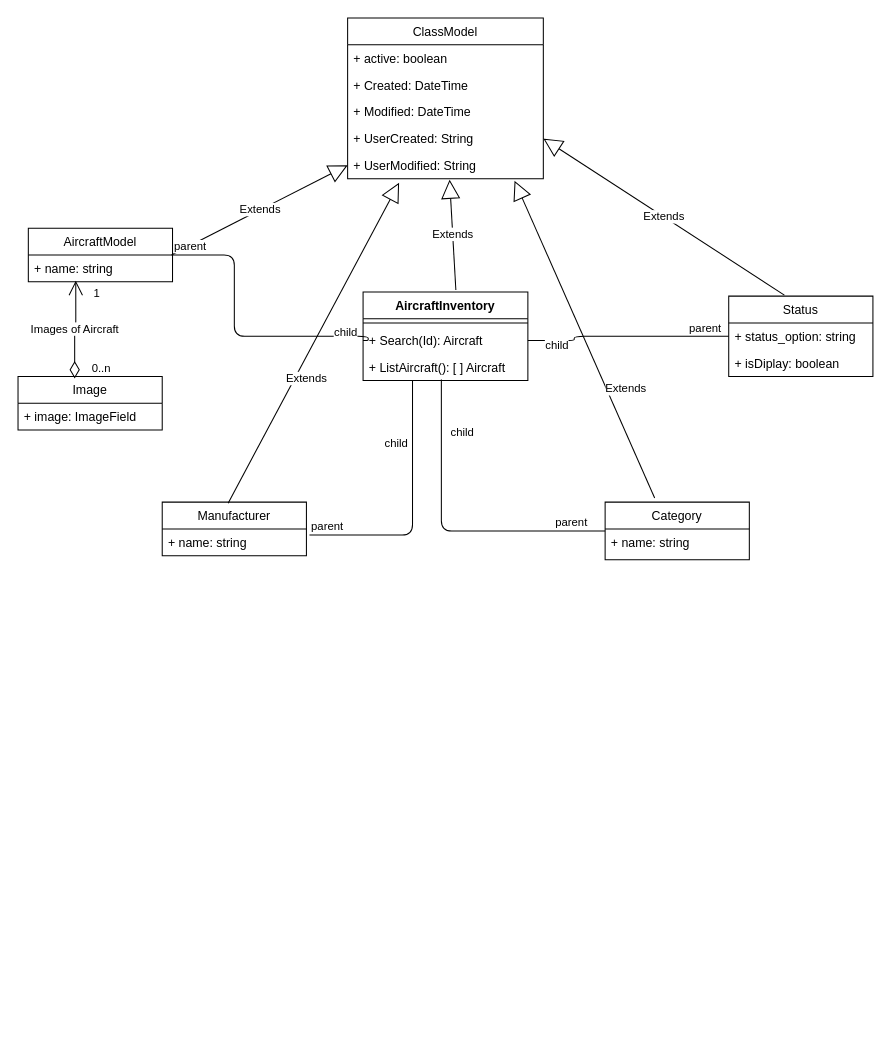
Before: page "Clases" (1 of 4) of aircraft.drawio in giova-fonseca/giova-fonseca, a draw.io diagram. Source tidied: cells renumbered, new cells numbered last; positions are measured from the earlier drawing's top-left corner, leaving out a move shared by most shapes. Both pictures are drawn from the tidied source at 103%, with x=0, y=0 at pixel (18, 18).
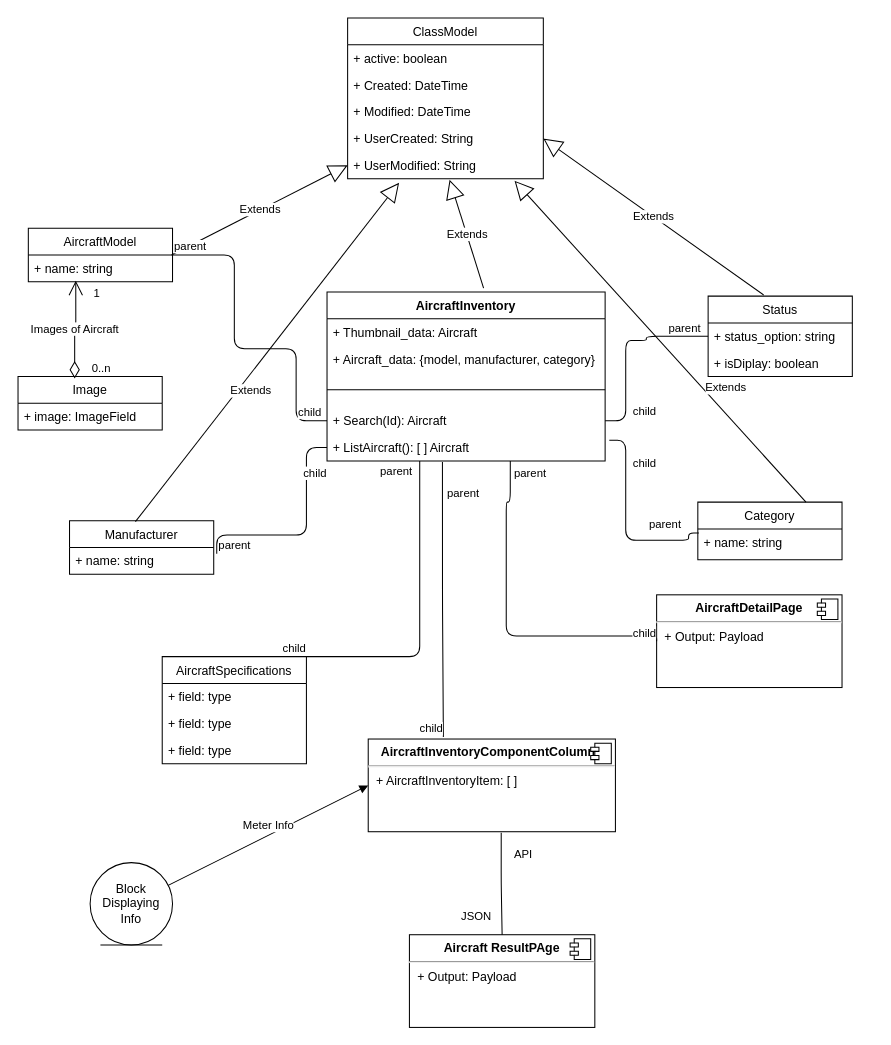
Above is the later version.

Unchanged cells that the change refers to:
```xml
<mxCell id="5" value="+ name: string" style="text;strokeColor=none;fillColor=none;align=left;verticalAlign=top;spacingLeft=4;spacingRight=4;overflow=hidden;points=[[0,0.5],[1,0.5]];portConstraint=eastwest;" parent="4" vertex="1">
  <mxGeometry y="26" width="140" height="26" as="geometry" />
</mxCell>
<mxCell id="7" value="+ status_option: string" style="text;strokeColor=none;fillColor=none;align=left;verticalAlign=top;spacingLeft=4;spacingRight=4;overflow=hidden;points=[[0,0.5],[1,0.5]];portConstraint=eastwest;" parent="6" vertex="1">
  <mxGeometry y="26" width="140" height="26" as="geometry" />
</mxCell>
<mxCell id="19" value="+ UserModified: String" style="text;strokeColor=none;fillColor=none;align=left;verticalAlign=top;spacingLeft=4;spacingRight=4;overflow=hidden;points=[[0,0.5],[1,0.5]];portConstraint=eastwest;" parent="14" vertex="1">
  <mxGeometry y="130" width="190" height="26" as="geometry" />
</mxCell>
<mxCell id="32" value="+ name: string" style="text;strokeColor=none;fillColor=none;align=left;verticalAlign=top;spacingLeft=4;spacingRight=4;overflow=hidden;points=[[0,0.5],[1,0.5]];portConstraint=eastwest;" parent="31" vertex="1">
  <mxGeometry y="26" width="140" height="30" as="geometry" />
</mxCell>
```

What changed in the source:
```diff
@@
     <mxCell id="4" value="Manufacturer" style="swimlane;fontStyle=0;horizontal=1;startSize=26;fillColor=none;" parent="1" vertex="1">
-      <mxGeometry x="140" y="470" width="140" height="52" as="geometry" />
+      <mxGeometry x="50" y="488" width="140" height="52" as="geometry" />
     </mxCell>
@@
     <mxCell id="6" value="Status" style="swimlane;fontStyle=0;horizontal=1;startSize=26;fillColor=none;" parent="1" vertex="1">
-      <mxGeometry x="690" y="270" width="140" height="78" as="geometry" />
+      <mxGeometry x="670" y="270" width="140" height="78" as="geometry" />
     </mxCell>
@@
-    <mxCell id="23" value="Extends" style="endArrow=block;endSize=16;endFill=0;html=1;entryX=0.853;entryY=1.077;entryDx=0;entryDy=0;entryPerimeter=0;" parent="1" edge="1" target="19">
-      <mxGeometry x="-0.36" y="-17" relative="1" as="geometry">
-        <mxPoint x="618.1" y="466" as="sourcePoint" />
-      </mxGeometry>
+    <mxCell id="23" value="Extends" style="endArrow=block;endSize=16;endFill=0;html=1;entryX=0.853;entryY=1.077;entryDx=0;entryDy=0;entryPerimeter=0;exitX=0.75;exitY=0;exitDx=0;exitDy=0;" parent="1" edge="1" source="31" target="19">
+      <mxGeometry x="-0.36" y="-17" relative="1" as="geometry" />
     </mxCell>
@@
     <mxCell id="25" style="endArrow=none;html=1;edgeStyle=orthogonalEdgeStyle;entryX=0;entryY=0.5;entryDx=0;entryDy=0;" parent="1" edge="1" target="41">
       <mxGeometry relative="1" as="geometry">
         <mxPoint x="150" y="230" as="sourcePoint" />
         <Array as="points">
           <mxPoint x="210" y="230" />
-          <mxPoint x="210" y="309" />
-          <mxPoint x="340" y="309" />
+          <mxPoint x="210" y="321" />
+          <mxPoint x="270" y="321" />
+          <mxPoint x="270" y="391" />
         </Array>
       </mxGeometry>
     </mxCell>
@@
-    <mxCell id="28" style="endArrow=none;html=1;edgeStyle=orthogonalEdgeStyle;exitX=1.021;exitY=0.231;exitDx=0;exitDy=0;exitPerimeter=0;entryX=0.3;entryY=1;entryDx=0;entryDy=0;entryPerimeter=0;" parent="1" edge="1" source="5" target="42">
-      <mxGeometry relative="1" as="geometry" />
+    <mxCell id="28" style="endArrow=none;html=1;edgeStyle=orthogonalEdgeStyle;exitX=1.021;exitY=0.231;exitDx=0;exitDy=0;exitPerimeter=0;entryX=0;entryY=0.5;entryDx=0;entryDy=0;" parent="1" edge="1" source="5" target="42">
+      <mxGeometry relative="1" as="geometry">
+        <Array as="points">
+          <mxPoint x="193" y="502" />
+          <mxPoint x="280" y="502" />
+          <mxPoint x="280" y="417" />
+        </Array>
+      </mxGeometry>
     </mxCell>
@@
     <mxCell id="30" value="child" style="edgeLabel;html=1;align=right;verticalAlign=bottom;" parent="28" vertex="1">
       <mxGeometry x="1" relative="1" as="geometry">
-        <mxPoint x="-4" y="68.9" as="offset" />
+        <mxPoint x="0.1" y="33" as="offset" />
       </mxGeometry>
     </mxCell>
     <mxCell id="31" value="Category" style="swimlane;fontStyle=0;horizontal=1;startSize=26;fillColor=none;" parent="1" vertex="1">
-      <mxGeometry x="570" y="470" width="140" height="56" as="geometry" />
+      <mxGeometry x="660" y="470" width="140" height="56" as="geometry" />
     </mxCell>
@@
-    <mxCell id="33" style="endArrow=none;html=1;edgeStyle=orthogonalEdgeStyle;exitX=0;exitY=0.5;exitDx=0;exitDy=0;entryX=0.475;entryY=0.962;entryDx=0;entryDy=0;entryPerimeter=0;" parent="1" edge="1" source="31" target="42">
-      <mxGeometry relative="1" as="geometry" />
+    <mxCell id="33" style="endArrow=none;html=1;edgeStyle=orthogonalEdgeStyle;entryX=1.015;entryY=0.231;entryDx=0;entryDy=0;entryPerimeter=0;exitX=0.007;exitY=0.133;exitDx=0;exitDy=0;exitPerimeter=0;" parent="1" edge="1" source="32" target="42">
+      <mxGeometry relative="1" as="geometry">
+        <Array as="points">
+          <mxPoint x="651" y="507" />
+          <mxPoint x="590" y="507" />
+          <mxPoint x="590" y="410" />
+        </Array>
+      </mxGeometry>
     </mxCell>
@@
     <mxCell id="35" value="child" style="edgeLabel;html=1;align=right;verticalAlign=bottom;" parent="33" vertex="1">
       <mxGeometry x="1" relative="1" as="geometry">
-        <mxPoint x="32" y="59" as="offset" />
+        <mxPoint x="46" y="30" as="offset" />
       </mxGeometry>
     </mxCell>
     <mxCell id="36" style="endArrow=none;html=1;edgeStyle=orthogonalEdgeStyle;exitX=0;exitY=0.5;exitDx=0;exitDy=0;entryX=1;entryY=0.5;entryDx=0;entryDy=0;" parent="1" edge="1" source="7" target="41">
       <mxGeometry relative="1" as="geometry">
         <Array as="points">
-          <mxPoint x="540" y="309" />
-          <mxPoint x="540" y="313" />
+          <mxPoint x="610" y="309" />
+          <mxPoint x="610" y="313" />
+          <mxPoint x="590" y="313" />
+          <mxPoint x="590" y="391" />
         </Array>
       </mxGeometry>
     </mxCell>
@@
     <mxCell id="38" value="child" style="edgeLabel;html=1;align=right;verticalAlign=bottom;" parent="36" vertex="1">
       <mxGeometry x="1" relative="1" as="geometry">
-        <mxPoint x="40" y="13" as="offset" />
+        <mxPoint x="50" y="-1" as="offset" />
       </mxGeometry>
     </mxCell>
     <mxCell id="39" value="AircraftInventory" style="swimlane;fontStyle=1;align=center;verticalAlign=top;horizontal=1;startSize=26;" parent="1" vertex="1">
-      <mxGeometry x="335" y="266" width="160" height="86" as="geometry" />
+      <mxGeometry x="300" y="266" width="270" height="164" as="geometry" />
     </mxCell>
+    <mxCell id="43" value="+ Thumbnail_data: Aircraft" style="text;strokeColor=none;fillColor=none;align=left;verticalAlign=top;spacingLeft=4;spacingRight=4;overflow=hidden;" parent="39" vertex="1">
+      <mxGeometry y="26" width="270" height="26" as="geometry" />
+    </mxCell>
+    <mxCell id="44" value="+ Aircraft_data: {model, manufacturer, category}" style="text;strokeColor=none;fillColor=none;align=left;verticalAlign=top;spacingLeft=4;spacingRight=4;overflow=hidden;" parent="39" vertex="1">
+      <mxGeometry y="52" width="270" height="26" as="geometry" />
+    </mxCell>
     <mxCell id="40" style="line;strokeWidth=1;fillColor=none;align=left;verticalAlign=middle;spacingTop=-1;spacingLeft=3;spacingRight=3;labelPosition=right;" parent="39" vertex="1">
-      <mxGeometry y="26" width="160" height="8" as="geometry" />
+      <mxGeometry y="78" width="270" height="34" as="geometry" />
     </mxCell>
     <mxCell id="41" value="+ Search(Id): Aircraft" style="text;strokeColor=none;fillColor=none;align=left;verticalAlign=top;spacingLeft=4;spacingRight=4;overflow=hidden;points=[[0,0.5],[1,0.5]];portConstraint=eastwest;" parent="39" vertex="1">
-      <mxGeometry y="34" width="160" height="26" as="geometry" />
+      <mxGeometry y="112" width="270" height="26" as="geometry" />
     </mxCell>
     <mxCell id="42" value="+ ListAircraft(): [ ] Aircraft" style="text;strokeColor=none;fillColor=none;align=left;verticalAlign=top;spacingLeft=4;spacingRight=4;overflow=hidden;points=[[0,0.5],[1,0.5]];portConstraint=eastwest;" parent="39" vertex="1">
-      <mxGeometry y="60" width="160" height="26" as="geometry" />
+      <mxGeometry y="138" width="270" height="26" as="geometry" />
     </mxCell>
+    <mxCell id="45" value="AircraftSpecifications" style="swimlane;fontStyle=0;horizontal=1;startSize=26;fillColor=none;" parent="1" vertex="1">
+      <mxGeometry x="140" y="620" width="140" height="104" as="geometry" />
+    </mxCell>
+    <mxCell id="46" value="+ field: type" style="text;strokeColor=none;fillColor=none;align=left;verticalAlign=top;spacingLeft=4;spacingRight=4;overflow=hidden;" parent="45" vertex="1">
+      <mxGeometry y="26" width="140" height="26" as="geometry" />
+    </mxCell>
+    <mxCell id="47" value="+ field: type" style="text;strokeColor=none;fillColor=none;align=left;verticalAlign=top;spacingLeft=4;spacingRight=4;overflow=hidden;" parent="45" vertex="1">
+      <mxGeometry y="52" width="140" height="26" as="geometry" />
+    </mxCell>
+    <mxCell id="48" value="+ field: type" style="text;strokeColor=none;fillColor=none;align=left;verticalAlign=top;spacingLeft=4;spacingRight=4;overflow=hidden;" parent="45" vertex="1">
+      <mxGeometry y="78" width="140" height="26" as="geometry" />
+    </mxCell>
+    <mxCell id="49" style="endArrow=none;html=1;edgeStyle=orthogonalEdgeStyle;entryX=1;entryY=0;entryDx=0;entryDy=0;" parent="1" edge="1" source="42" target="45">
+      <mxGeometry relative="1" as="geometry">
+        <Array as="points">
+          <mxPoint x="390" y="620" />
+        </Array>
+      </mxGeometry>
+    </mxCell>
+    <mxCell id="50" value="parent" style="edgeLabel;html=1;align=left;verticalAlign=bottom;" parent="49" vertex="1">
+      <mxGeometry x="-1" relative="1" as="geometry">
+        <mxPoint x="-40" y="18" as="offset" />
+      </mxGeometry>
+    </mxCell>
+    <mxCell id="51" value="child" style="edgeLabel;html=1;align=right;verticalAlign=bottom;" parent="49" vertex="1">
+      <mxGeometry x="1" relative="1" as="geometry" />
+    </mxCell>
+    <mxCell id="52" value="&lt;p style=&quot;margin: 0px ; margin-top: 6px ; text-align: center&quot;&gt;&lt;b&gt;AircraftDetailPage&lt;/b&gt;&lt;/p&gt;&lt;hr&gt;&lt;p style=&quot;margin: 0px ; margin-left: 8px&quot;&gt;+ Output: Payload&lt;br&gt;&lt;/p&gt;" style="align=left;overflow=fill;html=1;" parent="1" vertex="1">
+      <mxGeometry x="620" y="560" width="180" height="90" as="geometry" />
+    </mxCell>
+    <mxCell id="53" style="shape=component;jettyWidth=8;jettyHeight=4;" parent="52" vertex="1">
+      <mxGeometry x="1" width="20" height="20" relative="1" as="geometry">
+        <mxPoint x="-24" y="4" as="offset" />
+      </mxGeometry>
+    </mxCell>
+    <mxCell id="54" style="endArrow=none;html=1;edgeStyle=orthogonalEdgeStyle;entryX=0;entryY=0.5;entryDx=0;entryDy=0;exitX=0.659;exitY=1;exitDx=0;exitDy=0;exitPerimeter=0;" parent="1" edge="1" source="42" target="52">
+      <mxGeometry relative="1" as="geometry">
+        <Array as="points">
+          <mxPoint x="478" y="470" />
+          <mxPoint x="474" y="470" />
+          <mxPoint x="474" y="600" />
+          <mxPoint x="620" y="600" />
+        </Array>
+      </mxGeometry>
+    </mxCell>
+    <mxCell id="55" value="parent" style="edgeLabel;html=1;align=left;verticalAlign=bottom;" parent="54" vertex="1">
+      <mxGeometry x="-1" relative="1" as="geometry">
+        <mxPoint x="-62.9" y="40" as="offset" />
+      </mxGeometry>
+    </mxCell>
+    <mxCell id="56" value="child" style="edgeLabel;html=1;align=right;verticalAlign=bottom;" parent="54" vertex="1">
+      <mxGeometry x="1" relative="1" as="geometry" />
+    </mxCell>
+    <mxCell id="57" value="&lt;p style=&quot;margin: 0px ; margin-top: 6px ; text-align: center&quot;&gt;&lt;b&gt;AircraftInventoryComponentColumns&lt;/b&gt;&lt;/p&gt;&lt;hr&gt;&lt;p style=&quot;margin: 0px ; margin-left: 8px&quot;&gt;+ AircraftInventoryItem: [ ]&lt;br&gt;&lt;/p&gt;" style="align=left;overflow=fill;html=1;" parent="1" vertex="1">
+      <mxGeometry x="340" y="700" width="240" height="90" as="geometry" />
+    </mxCell>
+    <mxCell id="58" style="shape=component;jettyWidth=8;jettyHeight=4;" parent="57" vertex="1">
+      <mxGeometry x="1" width="20" height="20" relative="1" as="geometry">
+        <mxPoint x="-24" y="4" as="offset" />
+      </mxGeometry>
+    </mxCell>
+    <mxCell id="59" style="endArrow=none;html=1;edgeStyle=orthogonalEdgeStyle;exitX=0.415;exitY=1.038;exitDx=0;exitDy=0;exitPerimeter=0;entryX=0.304;entryY=-0.022;entryDx=0;entryDy=0;entryPerimeter=0;" parent="1" edge="1" source="42" target="57">
+      <mxGeometry relative="1" as="geometry" />
+    </mxCell>
+    <mxCell id="60" value="parent" style="edgeLabel;html=1;align=left;verticalAlign=bottom;" parent="59" vertex="1">
+      <mxGeometry x="-1" relative="1" as="geometry">
+        <mxPoint x="68" y="19" as="offset" />
+      </mxGeometry>
+    </mxCell>
+    <mxCell id="61" value="child" style="edgeLabel;html=1;align=right;verticalAlign=bottom;" parent="59" vertex="1">
+      <mxGeometry x="1" relative="1" as="geometry" />
+    </mxCell>
+    <mxCell id="62" value="&lt;p style=&quot;margin: 0px ; margin-top: 6px ; text-align: center&quot;&gt;&lt;b&gt;Aircraft ResultPAge&lt;/b&gt;&lt;/p&gt;&lt;hr&gt;&lt;p style=&quot;margin: 0px ; margin-left: 8px&quot;&gt;+ Output: Payload&lt;br&gt;&lt;/p&gt;" style="align=left;overflow=fill;html=1;" parent="1" vertex="1">
+      <mxGeometry x="380" y="890" width="180" height="90" as="geometry" />
+    </mxCell>
+    <mxCell id="63" style="shape=component;jettyWidth=8;jettyHeight=4;" parent="62" vertex="1">
+      <mxGeometry x="1" width="20" height="20" relative="1" as="geometry">
+        <mxPoint x="-24" y="4" as="offset" />
+      </mxGeometry>
+    </mxCell>
+    <mxCell id="64" style="endArrow=none;html=1;edgeStyle=orthogonalEdgeStyle;entryX=0.5;entryY=0;entryDx=0;entryDy=0;exitX=0.538;exitY=1.011;exitDx=0;exitDy=0;exitPerimeter=0;" parent="1" edge="1" source="57" target="62">
+      <mxGeometry relative="1" as="geometry" />
+    </mxCell>
+    <mxCell id="65" value="API" style="edgeLabel;html=1;align=left;verticalAlign=bottom;" parent="64" vertex="1">
+      <mxGeometry x="-1" relative="1" as="geometry">
+        <mxPoint x="10.9" y="29" as="offset" />
+      </mxGeometry>
+    </mxCell>
+    <mxCell id="66" value="JSON" style="edgeLabel;html=1;align=right;verticalAlign=bottom;" parent="64" vertex="1">
+      <mxGeometry x="1" relative="1" as="geometry">
+        <mxPoint x="-10" y="-10.1" as="offset" />
+      </mxGeometry>
+    </mxCell>
+    <mxCell id="67" value="Block Displaying Info" style="ellipse;shape=umlEntity;whiteSpace=wrap;html=1;" parent="1" vertex="1">
+      <mxGeometry x="70" y="820" width="80" height="80" as="geometry" />
+    </mxCell>
+    <mxCell id="68" value="Meter Info" style="html=1;verticalAlign=bottom;endArrow=block;entryX=0;entryY=0.5;entryDx=0;entryDy=0;" parent="1" edge="1" source="67" target="57">
+      <mxGeometry relative="1" as="geometry" />
+    </mxCell>
```
